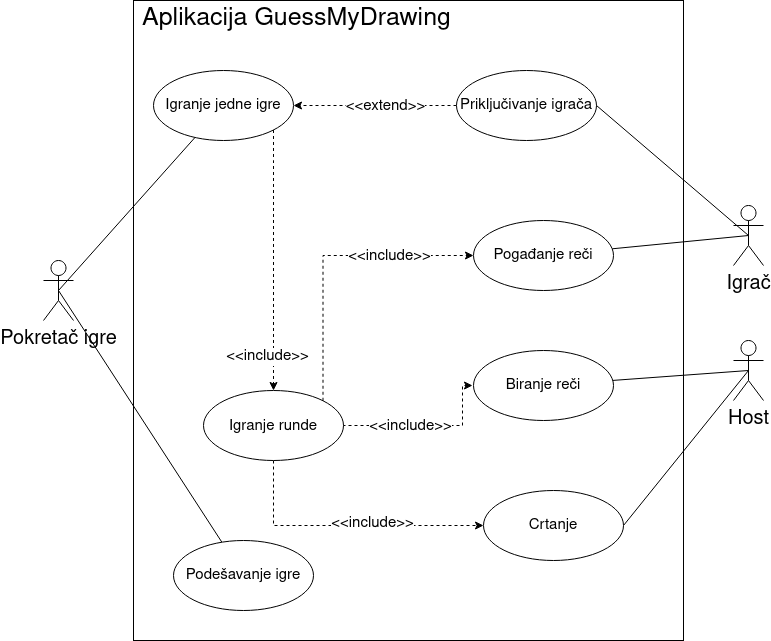
Above: specifikacija/Slucajevi_upotrebe.drawio.png in JelenaBondzic/GuessMyDrawing (draw.io), before the change. Source tidied: cells renumbered, new cells last; positions are measured from the earlier drawing's top-left corner, leaving out a move shared by most shapes. Its diagram source:
```xml
<mxGraphModel>
  <root>
    <mxCell id="0" />
    <mxCell id="1" parent="0" />
    <mxCell id="2" style="rounded=0;whiteSpace=wrap;html=1;" parent="1" vertex="1">
      <mxGeometry x="90" width="550" height="640" as="geometry" />
    </mxCell>
    <mxCell id="3" style="edgeStyle=orthogonalEdgeStyle;rounded=0;jettySize=auto;html=1;fontSize=20;dashed=1;" parent="1" edge="1" source="5" target="25">
      <mxGeometry relative="1" as="geometry">
        <Array as="points">
          <mxPoint x="230" y="160" />
          <mxPoint x="230" y="160" />
        </Array>
      </mxGeometry>
    </mxCell>
    <mxCell id="4" value="&lt;div style=&quot;font-size: 15px&quot;&gt;&lt;font style=&quot;font-size: 15px&quot;&gt;&amp;lt;&amp;lt;include&amp;gt;&amp;gt;&lt;/font&gt;&lt;/div&gt;" style="edgeLabel;html=1;align=center;verticalAlign=middle;fontSize=20;" parent="3" vertex="1">
      <mxGeometry x="0.26" y="-1" relative="1" as="geometry">
        <mxPoint x="-6" y="62" as="offset" />
      </mxGeometry>
    </mxCell>
    <mxCell id="5" value="&lt;font style=&quot;font-size: 15px&quot;&gt;Igranje jedne igre&lt;/font&gt;" style="ellipse;whiteSpace=wrap;html=1;" parent="1" vertex="1">
      <mxGeometry x="110" y="70" width="140" height="70" as="geometry" />
    </mxCell>
    <mxCell id="6" style="edgeStyle=orthogonalEdgeStyle;rounded=0;jettySize=auto;html=1;entryX=1;entryY=0.5;entryDx=0;entryDy=0;dashed=1;fontSize=15;" parent="1" edge="1" source="8" target="5">
      <mxGeometry relative="1" as="geometry">
        <Array as="points">
          <mxPoint x="390" y="105" />
          <mxPoint x="390" y="105" />
        </Array>
      </mxGeometry>
    </mxCell>
    <mxCell id="7" value="&amp;lt;&amp;lt;extend&amp;gt;&amp;gt;" style="edgeLabel;html=1;align=center;verticalAlign=middle;fontSize=15;" parent="6" vertex="1">
      <mxGeometry x="0.09" y="4" relative="1" as="geometry">
        <mxPoint x="17" y="-4" as="offset" />
      </mxGeometry>
    </mxCell>
    <mxCell id="8" value="&lt;div style=&quot;font-size: 15px&quot;&gt;&lt;font style=&quot;font-size: 15px&quot;&gt;Priključivanje igrača&lt;/font&gt;&lt;/div&gt;" style="ellipse;whiteSpace=wrap;html=1;fontSize=25;" parent="1" vertex="1">
      <mxGeometry x="413" y="70" width="140" height="70" as="geometry" />
    </mxCell>
    <mxCell id="9" style="edgeStyle=none;rounded=0;jettySize=auto;html=1;exitX=0.5;exitY=0.5;exitDx=0;exitDy=0;exitPerimeter=0;fontSize=25;endArrow=none;endFill=0;" parent="1" edge="1" source="11" target="5">
      <mxGeometry relative="1" as="geometry" />
    </mxCell>
    <mxCell id="10" style="edgeStyle=none;rounded=0;jettySize=auto;html=1;exitX=0.5;exitY=0.5;exitDx=0;exitDy=0;exitPerimeter=0;fontSize=25;endArrow=none;endFill=0;" parent="1" edge="1" source="11" target="15">
      <mxGeometry relative="1" as="geometry" />
    </mxCell>
    <mxCell id="11" value="&lt;div style=&quot;font-size: 20px&quot;&gt;Pokretač igre&lt;/div&gt;" style="shape=umlActor;verticalLabelPosition=bottom;verticalAlign=top;html=1;outlineConnect=0;fontSize=25;" parent="1" vertex="1">
      <mxGeometry y="260" width="30" height="60" as="geometry" />
    </mxCell>
    <mxCell id="12" style="edgeStyle=none;rounded=0;jettySize=auto;html=1;fontSize=15;endArrow=none;endFill=0;exitX=0.5;exitY=0.5;exitDx=0;exitDy=0;exitPerimeter=0;" parent="1" edge="1" source="14" target="27">
      <mxGeometry relative="1" as="geometry" />
    </mxCell>
    <mxCell id="13" style="edgeStyle=none;rounded=0;jettySize=auto;html=1;exitX=0.5;exitY=0.5;exitDx=0;exitDy=0;exitPerimeter=0;entryX=1;entryY=0.5;entryDx=0;entryDy=0;fontSize=25;endArrow=none;endFill=0;" parent="1" edge="1" source="14" target="8">
      <mxGeometry relative="1" as="geometry" />
    </mxCell>
    <mxCell id="14" value="&lt;div style=&quot;font-size: 20px&quot;&gt;&lt;font style=&quot;font-size: 20px&quot;&gt;Igrač&lt;/font&gt;&lt;/div&gt;" style="shape=umlActor;verticalLabelPosition=bottom;verticalAlign=top;html=1;outlineConnect=0;fontSize=25;" parent="1" vertex="1">
      <mxGeometry x="690" y="205" width="30" height="60" as="geometry" />
    </mxCell>
    <mxCell id="15" value="&lt;div&gt;Podešavanje igre&lt;/div&gt;" style="ellipse;whiteSpace=wrap;html=1;fontSize=15;" parent="1" vertex="1">
      <mxGeometry x="130" y="540" width="140" height="70" as="geometry" />
    </mxCell>
    <mxCell id="16" style="edgeStyle=none;rounded=0;jettySize=auto;html=1;exitX=0.5;exitY=0.5;exitDx=0;exitDy=0;exitPerimeter=0;fontSize=15;endArrow=none;endFill=0;" parent="1" edge="1" source="18" target="29">
      <mxGeometry relative="1" as="geometry" />
    </mxCell>
    <mxCell id="17" style="edgeStyle=none;rounded=0;jettySize=auto;html=1;exitX=0.5;exitY=0.5;exitDx=0;exitDy=0;exitPerimeter=0;entryX=1;entryY=0.5;entryDx=0;entryDy=0;fontSize=15;endArrow=none;endFill=0;" parent="1" edge="1" source="18" target="26">
      <mxGeometry relative="1" as="geometry" />
    </mxCell>
    <mxCell id="18" value="&lt;div&gt;&lt;font style=&quot;font-size: 20px&quot;&gt;Host&lt;/font&gt;&lt;/div&gt;" style="shape=umlActor;verticalLabelPosition=bottom;verticalAlign=top;html=1;outlineConnect=0;fontSize=15;" parent="1" vertex="1">
      <mxGeometry x="690" y="340" width="30" height="60" as="geometry" />
    </mxCell>
    <mxCell id="19" style="edgeStyle=orthogonalEdgeStyle;rounded=0;jettySize=auto;html=1;dashed=1;fontSize=15;" parent="1" edge="1" source="25" target="26">
      <mxGeometry relative="1" as="geometry">
        <Array as="points">
          <mxPoint x="230" y="525" />
        </Array>
      </mxGeometry>
    </mxCell>
    <mxCell id="20" value="&amp;lt;&amp;lt;include&amp;gt;&amp;gt;" style="edgeLabel;html=1;align=center;verticalAlign=middle;fontSize=15;" parent="19" vertex="1">
      <mxGeometry y="3" relative="1" as="geometry">
        <mxPoint x="26" as="offset" />
      </mxGeometry>
    </mxCell>
    <mxCell id="21" style="edgeStyle=orthogonalEdgeStyle;rounded=0;orthogonalLoop=1;jettySize=auto;html=1;dashed=1;fontSize=15;" parent="1" edge="1">
      <mxGeometry relative="1" as="geometry">
        <mxPoint x="299" y="425" as="sourcePoint" />
        <mxPoint x="429" y="385" as="targetPoint" />
        <Array as="points">
          <mxPoint x="419" y="425" />
          <mxPoint x="419" y="385" />
        </Array>
      </mxGeometry>
    </mxCell>
    <mxCell id="22" value="&amp;lt;&amp;lt;include&amp;gt;&amp;gt;" style="edgeLabel;html=1;align=center;verticalAlign=middle;fontSize=15;" parent="21" vertex="1">
      <mxGeometry x="-0.27" relative="1" as="geometry">
        <mxPoint x="5" as="offset" />
      </mxGeometry>
    </mxCell>
    <mxCell id="23" style="edgeStyle=orthogonalEdgeStyle;rounded=0;jettySize=auto;html=1;exitX=1;exitY=0;exitDx=0;exitDy=0;dashed=1;fontSize=15;" parent="1" edge="1" source="25" target="27">
      <mxGeometry relative="1" as="geometry">
        <Array as="points">
          <mxPoint x="280" y="255" />
        </Array>
      </mxGeometry>
    </mxCell>
    <mxCell id="24" value="&amp;lt;&amp;lt;include&amp;gt;&amp;gt;" style="edgeLabel;html=1;align=center;verticalAlign=middle;fontSize=15;" parent="23" vertex="1">
      <mxGeometry x="0.21" relative="1" as="geometry">
        <mxPoint x="31" as="offset" />
      </mxGeometry>
    </mxCell>
    <mxCell id="25" value="&lt;font style=&quot;font-size: 15px&quot;&gt;Igranje runde&lt;/font&gt;" style="ellipse;whiteSpace=wrap;html=1;fontSize=20;" parent="1" vertex="1">
      <mxGeometry x="160" y="390" width="140" height="70" as="geometry" />
    </mxCell>
    <mxCell id="26" value="Crtanje" style="ellipse;whiteSpace=wrap;html=1;fontSize=15;" parent="1" vertex="1">
      <mxGeometry x="440" y="490" width="140" height="70" as="geometry" />
    </mxCell>
    <mxCell id="27" value="&lt;div&gt;Pogađanje reči&lt;/div&gt;" style="ellipse;whiteSpace=wrap;html=1;fontSize=15;" parent="1" vertex="1">
      <mxGeometry x="430" y="220" width="140" height="70" as="geometry" />
    </mxCell>
    <mxCell id="28" value="&lt;font style=&quot;font-size: 25px&quot;&gt;Aplikacija GuessMyDrawing&lt;/font&gt;" style="text;html=1;align=center;verticalAlign=middle;strokeColor=none;fillColor=none;fontSize=15;" parent="1" vertex="1">
      <mxGeometry x="93" y="3" width="320" height="30" as="geometry" />
    </mxCell>
    <mxCell id="29" value="Biranje reči" style="ellipse;whiteSpace=wrap;html=1;fontSize=15;" parent="1" vertex="1">
      <mxGeometry x="430" y="350" width="140" height="70" as="geometry" />
    </mxCell>
  </root>
</mxGraphModel>
```
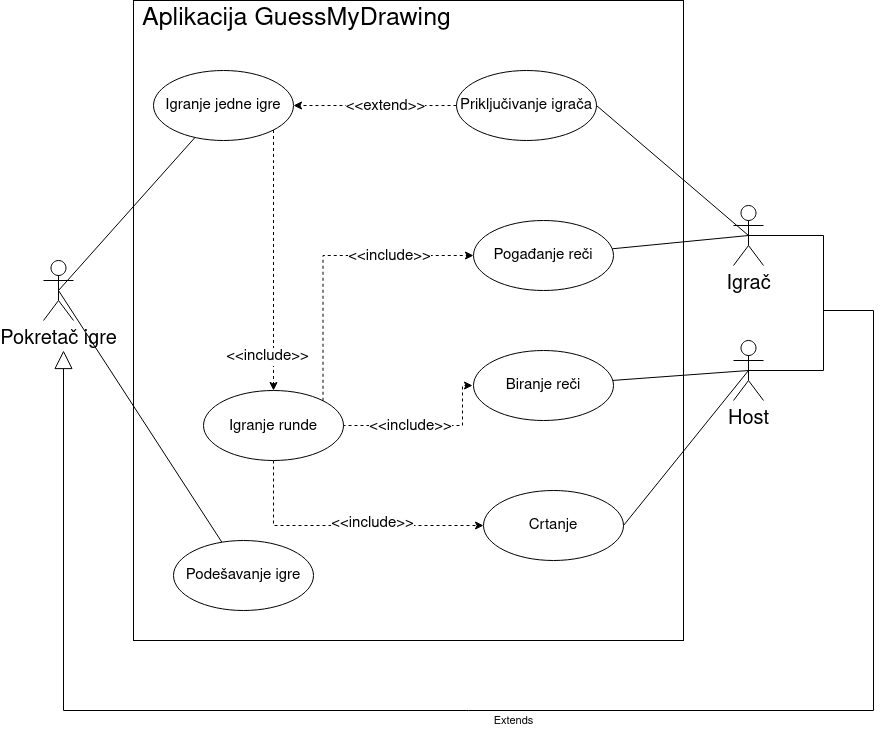
Above is the later version.

Commit message:
Updated project specification. Added component diagram and updated use case diagram.

What changed in the source:
```diff
@@ -121,5 +121,24 @@
     <mxCell id="29" value="Biranje reči" style="ellipse;whiteSpace=wrap;html=1;fontSize=15;" parent="1" vertex="1">
       <mxGeometry x="430" y="350" width="140" height="70" as="geometry" />
     </mxCell>
+    <mxCell id="30" value="Extends" style="endArrow=block;endSize=16;endFill=0;html=1;rounded=0;" parent="1" edge="1">
+      <mxGeometry y="10" relative="1" as="geometry">
+        <mxPoint x="780" y="310" as="sourcePoint" />
+        <mxPoint x="20" y="350" as="targetPoint" />
+        <Array as="points">
+          <mxPoint x="830" y="310" />
+          <mxPoint x="830" y="710" />
+          <mxPoint x="20" y="710" />
+        </Array>
+      </mxGeometry>
+    </mxCell>
+    <mxCell id="31" style="endArrow=none;endSize=16;endFill=0;html=1;rounded=0;entryX=0.5;entryY=0.5;entryDx=0;entryDy=0;entryPerimeter=0;exitX=0.5;exitY=0.5;exitDx=0;exitDy=0;exitPerimeter=0;" parent="1" edge="1" source="18" target="14">
+      <mxGeometry relative="1" as="geometry">
+        <Array as="points">
+          <mxPoint x="780" y="370" />
+          <mxPoint x="780" y="235" />
+        </Array>
+      </mxGeometry>
+    </mxCell>
   </root>
 </mxGraphModel>
```
